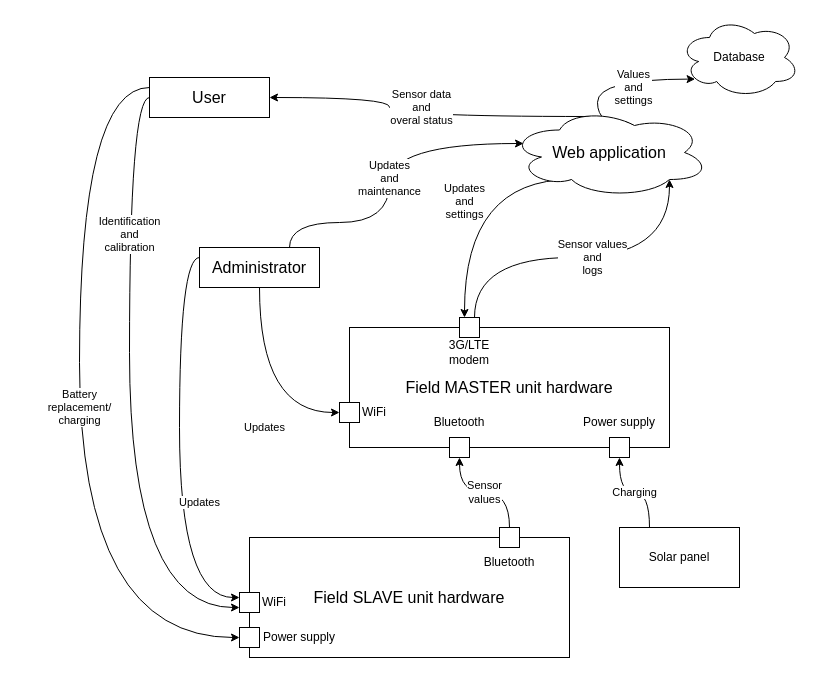
This is page "Technical context" (2 of 3) of docs/Apiary_charts_and_views.drawio from Barabas19/Apiary_system, a draw.io file, before an edit. Source tidied: cells renumbered, new cells numbered last; positions are measured from the earlier drawing's top-left corner, leaving out a move shared by most shapes. Both pictures are drawn from the tidied source at 100%, with x=0, y=0 at pixel (79, 17).
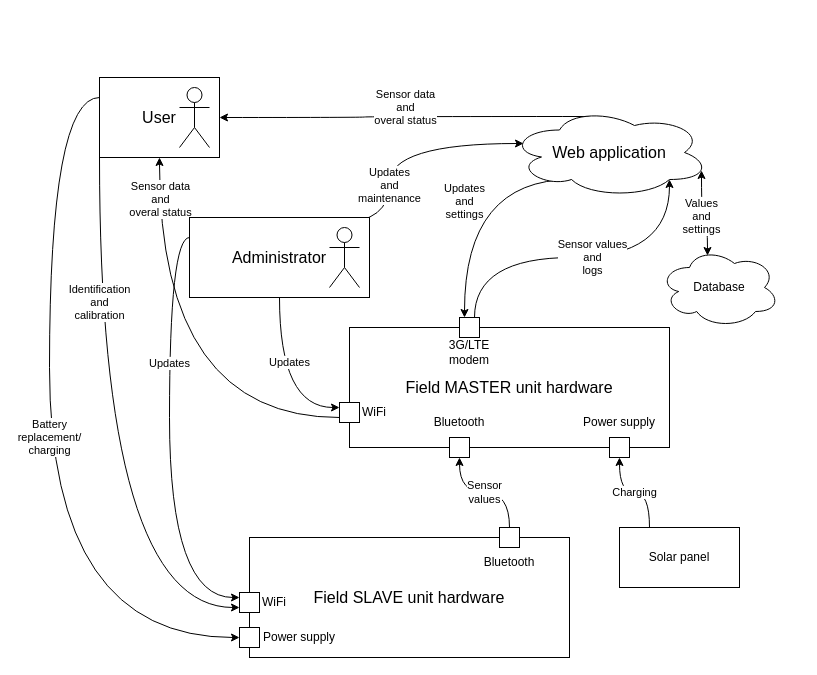
Above is the later version.

The change refers to these unchanged cells:
```xml
<mxCell id="12" style="whiteSpace=wrap;html=1;" parent="10" vertex="1">
  <mxGeometry y="65" width="20" height="20" as="geometry" />
</mxCell>
<mxCell id="16" style="whiteSpace=wrap;html=1;" parent="10" vertex="1">
  <mxGeometry y="100" width="20" height="20" as="geometry" />
</mxCell>
<mxCell id="21" value="Web application" style="ellipse;shape=cloud;whiteSpace=wrap;html=1;fontSize=16;" parent="1" vertex="1">
  <mxGeometry x="430" y="90" width="200" height="90" as="geometry" />
</mxCell>
<mxCell id="30" style="whiteSpace=wrap;html=1;" parent="25" vertex="1">
  <mxGeometry y="75" width="20" height="20" as="geometry" />
</mxCell>
```

The edit, as a diff of the source:
```diff
@@
-    <mxCell id="3" value="Identification&lt;br&gt;and&lt;br&gt;calibration" style="edgeStyle=orthogonalEdgeStyle;curved=1;rounded=0;jettySize=auto;html=1;exitX=0;exitY=0.5;exitDx=0;exitDy=0;entryX=0;entryY=0.75;entryDx=0;entryDy=0;" parent="1" edge="1" source="5" target="12">
+    <mxCell id="3" value="Identification&lt;br&gt;and&lt;br&gt;calibration" style="edgeStyle=orthogonalEdgeStyle;curved=1;rounded=0;jettySize=auto;html=1;exitX=0;exitY=1;exitDx=0;exitDy=0;entryX=0;entryY=0.75;entryDx=0;entryDy=0;" parent="1" edge="1" source="5" target="12">
       <mxGeometry x="-0.51" relative="1" as="geometry" />
     </mxCell>
     <mxCell id="4" value="Battery&lt;br&gt;replacement/&lt;br&gt;charging" style="edgeStyle=orthogonalEdgeStyle;curved=1;rounded=0;jettySize=auto;html=1;exitX=0;exitY=0.25;exitDx=0;exitDy=0;entryX=0;entryY=0.5;entryDx=0;entryDy=0;" parent="1" edge="1" source="5" target="16">
       <mxGeometry relative="1" as="geometry">
         <Array as="points">
-          <mxPoint y="70" />
-          <mxPoint y="620" />
+          <mxPoint x="-30" y="80" />
+          <mxPoint x="-30" y="620" />
         </Array>
       </mxGeometry>
     </mxCell>
+    <mxCell id="37" style="edgeStyle=orthogonalEdgeStyle;rounded=0;jettySize=auto;html=1;exitX=0.5;exitY=1;exitDx=0;exitDy=0;entryX=0;entryY=0.75;entryDx=0;entryDy=0;curved=1;startArrow=classic;startFill=1;endArrow=none;endFill=0;" parent="1" edge="1" source="5" target="30">
+      <mxGeometry relative="1" as="geometry" />
+    </mxCell>
+    <mxCell id="38" value="Sensor data&lt;br style=&quot;border-color: var(--border-color);&quot;&gt;and&lt;br style=&quot;border-color: var(--border-color);&quot;&gt;overal status" style="edgeLabel;html=1;align=center;verticalAlign=middle;" parent="37" vertex="1">
+      <mxGeometry x="-0.78" y="3" relative="1" as="geometry">
+        <mxPoint x="-3" y="-7" as="offset" />
+      </mxGeometry>
+    </mxCell>
     <mxCell id="5" value="User" style="rounded=0;whiteSpace=wrap;html=1;fontSize=16;" parent="1" vertex="1">
-      <mxGeometry x="70" y="60" width="120" height="40" as="geometry" />
+      <mxGeometry x="20" y="60" width="120" height="80" as="geometry" />
     </mxCell>
-    <mxCell id="6" value="Updates" style="edgeStyle=orthogonalEdgeStyle;curved=1;rounded=0;jettySize=auto;html=1;exitX=0.5;exitY=1;exitDx=0;exitDy=0;entryX=0;entryY=0.5;entryDx=0;entryDy=0;" parent="1" edge="1" source="9" target="30">
-      <mxGeometry x="0.27" y="-15" relative="1" as="geometry" />
+    <mxCell id="6" value="Updates" style="edgeStyle=orthogonalEdgeStyle;curved=1;rounded=0;jettySize=auto;html=1;exitX=0.5;exitY=1;exitDx=0;exitDy=0;entryX=0;entryY=0.25;entryDx=0;entryDy=0;" parent="1" edge="1" source="9" target="30">
+      <mxGeometry x="-0.24" y="10" relative="1" as="geometry" />
     </mxCell>
     <mxCell id="7" value="Updates" style="edgeStyle=orthogonalEdgeStyle;curved=1;rounded=0;jettySize=auto;html=1;exitX=0;exitY=0.25;exitDx=0;exitDy=0;entryX=0;entryY=0.25;entryDx=0;entryDy=0;" parent="1" edge="1" source="9" target="12">
-      <mxGeometry x="0.26" y="20" relative="1" as="geometry" />
+      <mxGeometry x="-0.35" relative="1" as="geometry" />
     </mxCell>
@@
     <mxCell id="9" value="Administrator" style="rounded=0;whiteSpace=wrap;html=1;fontSize=16;" parent="1" vertex="1">
-      <mxGeometry x="120" y="230" width="120" height="40" as="geometry" />
+      <mxGeometry x="110" y="200" width="180" height="80" as="geometry" />
     </mxCell>
@@
-    <mxCell id="20" value="Values&lt;br&gt;and&lt;br&gt;settings" style="edgeStyle=orthogonalEdgeStyle;curved=1;rounded=0;jettySize=auto;html=1;exitX=0.625;exitY=0.2;exitDx=0;exitDy=0;exitPerimeter=0;entryX=0.13;entryY=0.77;entryDx=0;entryDy=0;entryPerimeter=0;startArrow=classic;startFill=1;" parent="1" edge="1" source="21" target="23">
-      <mxGeometry x="0.32" y="-8" relative="1" as="geometry">
-        <Array as="points">
-          <mxPoint x="518" y="62" />
-        </Array>
-      </mxGeometry>
+    <mxCell id="20" value="Values&lt;br&gt;and&lt;br&gt;settings" style="edgeStyle=orthogonalEdgeStyle;curved=1;rounded=0;jettySize=auto;html=1;exitX=0.96;exitY=0.7;exitDx=0;exitDy=0;exitPerimeter=0;entryX=0.4;entryY=0.1;entryDx=0;entryDy=0;entryPerimeter=0;startArrow=classic;startFill=1;" parent="1" edge="1" source="21" target="23">
+      <mxGeometry relative="1" as="geometry" />
     </mxCell>
@@
     <mxCell id="23" value="Database" style="ellipse;shape=cloud;whiteSpace=wrap;html=1;" parent="1" vertex="1">
-      <mxGeometry x="600" width="120" height="80" as="geometry" />
+      <mxGeometry x="580" y="230" width="120" height="80" as="geometry" />
     </mxCell>
@@
+    <mxCell id="39" style="shape=umlActor;verticalLabelPosition=bottom;verticalAlign=top;html=1;" parent="1" vertex="1">
+      <mxGeometry x="100" y="70" width="30" height="60" as="geometry" />
+    </mxCell>
+    <mxCell id="40" style="shape=umlActor;verticalLabelPosition=bottom;verticalAlign=top;html=1;" parent="1" vertex="1">
+      <mxGeometry x="250" y="210" width="30" height="60" as="geometry" />
+    </mxCell>
```
